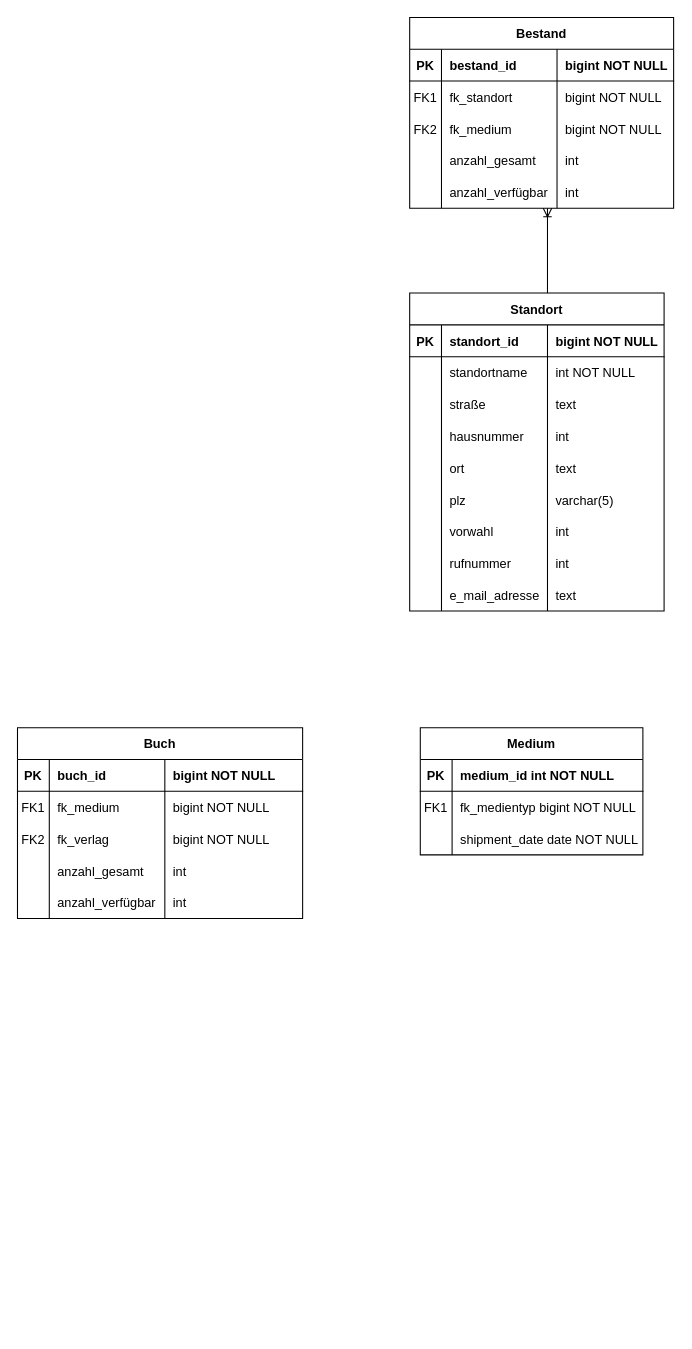
The draw.io diagram ERM_Bibliotheksverwaltung.drawio in typhooncode-library-administration/1.organization-documentation-wiki, before the edit. Source tidied: cells renumbered, new cells numbered last; positions are measured from the earlier drawing's top-left corner, leaving out a move shared by most shapes. Both pictures are drawn from the tidied source at 106%, with x=0, y=0 at pixel (17, 17).
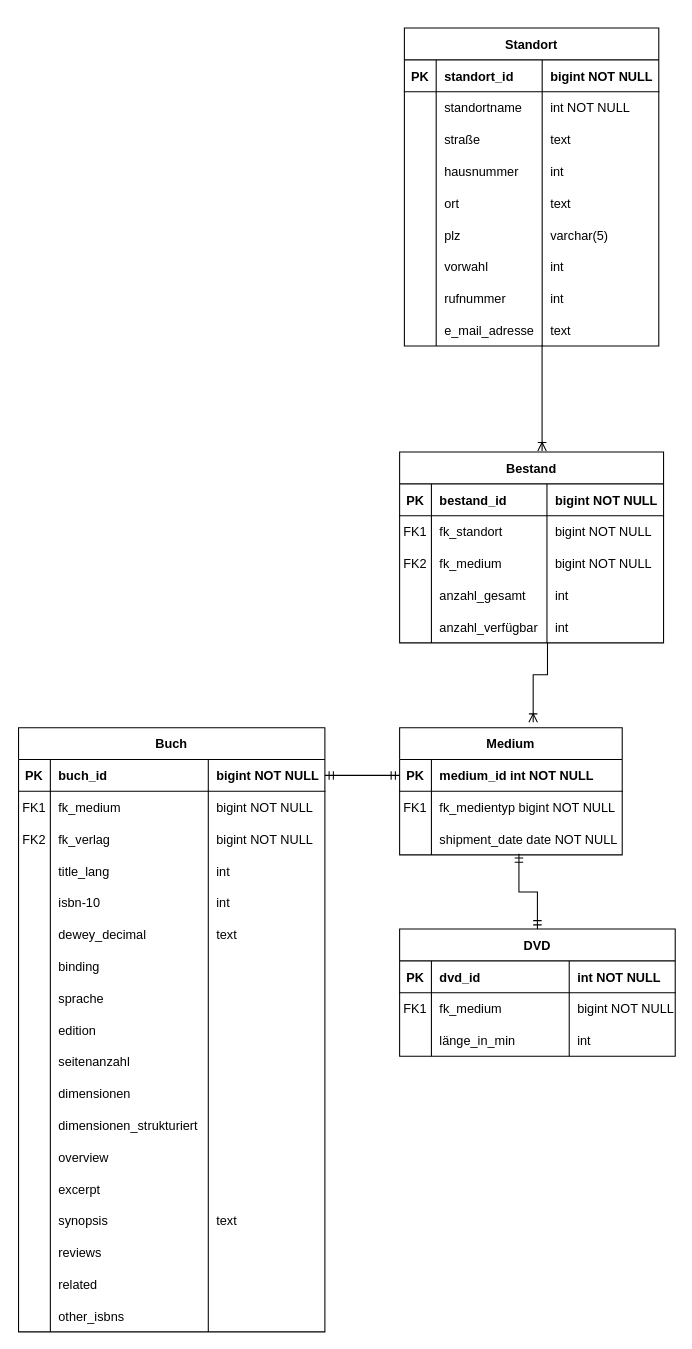
After the change.

Unchanged cells that the change refers to:
```xml
<mxCell id="40" style="shape=partialRectangle;fillColor=none;points=[[0,0.5],[1,0.5]];portConstraint=eastwest;top=0;left=0;right=0;bottom=1;" parent="39" vertex="1">
  <mxGeometry y="30" width="210" height="30" as="geometry" />
</mxCell>
<mxCell id="46" style="shape=partialRectangle;fillColor=none;points=[[0,0.5],[1,0.5]];portConstraint=eastwest;top=0;left=0;right=0;bottom=0;" parent="39" vertex="1">
  <mxGeometry y="90" width="210" height="30" as="geometry" />
</mxCell>
```

The edit, as a diff of the source:
```diff
@@
     <mxCell id="2" value="Standort" style="shape=table;startSize=30;childLayout=tableLayout;rowLines=0;fontStyle=1;align=center;" parent="1" vertex="1">
-      <mxGeometry x="370" y="260" width="240" height="300" as="geometry" />
+      <mxGeometry x="365" y="10" width="240" height="300" as="geometry" />
     </mxCell>
@@
     <mxCell id="39" value="Medium" style="shape=table;startSize=30;childLayout=tableLayout;rowLines=0;fontStyle=1;align=center;" parent="1" vertex="1">
-      <mxGeometry x="380" y="670" width="210" height="120" as="geometry" />
+      <mxGeometry x="360.5" y="670" width="210" height="120" as="geometry" />
     </mxCell>
@@
     <mxCell id="49" value="Bestand" style="shape=table;startSize=30;childLayout=tableLayout;rowLines=0;fontStyle=1;align=center;" parent="1" vertex="1">
-      <mxGeometry x="370" width="249" height="180" as="geometry" />
+      <mxGeometry x="360.5" y="410" width="249" height="180" as="geometry" />
     </mxCell>
@@
     <mxCell id="70" value="Buch" style="shape=table;startSize=30;childLayout=tableLayout;rowLines=0;fontStyle=1;align=center;" parent="1" vertex="1">
-      <mxGeometry y="670" width="269" height="180" as="geometry" />
+      <mxGeometry x="1" y="670" width="289" height="570" as="geometry" />
     </mxCell>
     <mxCell id="71" style="shape=partialRectangle;fillColor=none;points=[[0,0.5],[1,0.5]];portConstraint=eastwest;top=0;left=0;right=0;bottom=1;" parent="70" vertex="1">
-      <mxGeometry y="30" width="269" height="30" as="geometry" />
+      <mxGeometry y="30" width="289" height="30" as="geometry" />
     </mxCell>
@@
     <mxCell id="73" value="buch_id" style="shape=partialRectangle;overflow=hidden;fillColor=none;top=0;left=0;bottom=0;right=0;align=left;spacingLeft=6;fontStyle=1;" parent="71" vertex="1">
-      <mxGeometry x="30" width="109" height="30" as="geometry" />
+      <mxGeometry x="30" width="149" height="30" as="geometry" />
     </mxCell>
     <mxCell id="74" value="bigint NOT NULL" style="shape=partialRectangle;overflow=hidden;fillColor=none;top=0;left=0;bottom=0;right=0;align=left;spacingLeft=6;fontStyle=1;" parent="71" vertex="1">
-      <mxGeometry x="139" width="130" height="30" as="geometry" />
+      <mxGeometry x="179" width="110" height="30" as="geometry" />
     </mxCell>
     <mxCell id="75" style="shape=partialRectangle;fillColor=none;top=0;left=0;right=0;bottom=0;" parent="70" vertex="1">
-      <mxGeometry y="60" width="269" height="30" as="geometry" />
+      <mxGeometry y="60" width="289" height="30" as="geometry" />
     </mxCell>
@@
     <mxCell id="77" value="fk_medium" style="shape=partialRectangle;overflow=hidden;fillColor=none;top=0;left=0;bottom=0;right=0;align=left;spacingLeft=6;" parent="75" vertex="1">
-      <mxGeometry x="30" width="109" height="30" as="geometry" />
+      <mxGeometry x="30" width="149" height="30" as="geometry" />
     </mxCell>
     <mxCell id="78" value="bigint NOT NULL" style="shape=partialRectangle;overflow=hidden;fillColor=none;top=0;left=0;bottom=0;right=0;align=left;spacingLeft=6;" parent="75" vertex="1">
-      <mxGeometry x="139" width="130" height="30" as="geometry" />
+      <mxGeometry x="179" width="110" height="30" as="geometry" />
     </mxCell>
     <mxCell id="79" style="shape=partialRectangle;fillColor=none;top=0;left=0;right=0;bottom=0;" parent="70" vertex="1">
-      <mxGeometry y="90" width="269" height="30" as="geometry" />
+      <mxGeometry y="90" width="289" height="30" as="geometry" />
     </mxCell>
@@
     <mxCell id="81" value="fk_verlag" style="shape=partialRectangle;overflow=hidden;fillColor=none;top=0;left=0;bottom=0;right=0;align=left;spacingLeft=6;" parent="79" vertex="1">
-      <mxGeometry x="30" width="109" height="30" as="geometry" />
+      <mxGeometry x="30" width="149" height="30" as="geometry" />
     </mxCell>
     <mxCell id="82" value="bigint NOT NULL" style="shape=partialRectangle;overflow=hidden;fillColor=none;top=0;left=0;bottom=0;right=0;align=left;spacingLeft=6;" parent="79" vertex="1">
-      <mxGeometry x="139" width="130" height="30" as="geometry" />
+      <mxGeometry x="179" width="110" height="30" as="geometry" />
     </mxCell>
     <mxCell id="83" style="shape=partialRectangle;fillColor=none;top=0;left=0;right=0;bottom=0;" parent="70" vertex="1">
-      <mxGeometry y="120" width="269" height="30" as="geometry" />
+      <mxGeometry y="120" width="289" height="30" as="geometry" />
     </mxCell>
@@
-    <mxCell id="85" value="anzahl_gesamt" style="shape=partialRectangle;overflow=hidden;fillColor=none;top=0;left=0;bottom=0;right=0;align=left;spacingLeft=6;" parent="83" vertex="1">
-      <mxGeometry x="30" width="109" height="30" as="geometry" />
+    <mxCell id="85" value="title_lang" style="shape=partialRectangle;overflow=hidden;fillColor=none;top=0;left=0;bottom=0;right=0;align=left;spacingLeft=6;" parent="83" vertex="1">
+      <mxGeometry x="30" width="149" height="30" as="geometry" />
     </mxCell>
     <mxCell id="86" value="int" style="shape=partialRectangle;overflow=hidden;fillColor=none;top=0;left=0;bottom=0;right=0;align=left;spacingLeft=6;" parent="83" vertex="1">
-      <mxGeometry x="139" width="130" height="30" as="geometry" />
+      <mxGeometry x="179" width="110" height="30" as="geometry" />
     </mxCell>
     <mxCell id="87" style="shape=partialRectangle;fillColor=none;top=0;left=0;right=0;bottom=0;" parent="70" vertex="1">
-      <mxGeometry y="150" width="269" height="30" as="geometry" />
+      <mxGeometry y="150" width="289" height="30" as="geometry" />
     </mxCell>
@@
-    <mxCell id="89" value="anzahl_verfügbar" style="shape=partialRectangle;overflow=hidden;fillColor=none;top=0;left=0;bottom=0;right=0;align=left;spacingLeft=6;" parent="87" vertex="1">
-      <mxGeometry x="30" width="109" height="30" as="geometry" />
+    <mxCell id="89" value="isbn-10" style="shape=partialRectangle;overflow=hidden;fillColor=none;top=0;left=0;bottom=0;right=0;align=left;spacingLeft=6;" parent="87" vertex="1">
+      <mxGeometry x="30" width="149" height="30" as="geometry" />
     </mxCell>
     <mxCell id="90" value="int" style="shape=partialRectangle;overflow=hidden;fillColor=none;top=0;left=0;bottom=0;right=0;align=left;spacingLeft=6;" parent="87" vertex="1">
-      <mxGeometry x="139" width="130" height="30" as="geometry" />
+      <mxGeometry x="179" width="110" height="30" as="geometry" />
     </mxCell>
-    <mxCell id="91" style="fontSize=12;html=1;endArrow=ERoneToMany;rounded=0;entryX=0.482;entryY=1;entryDx=0;entryDy=0;entryPerimeter=0;edgeStyle=orthogonalEdgeStyle;" parent="1" edge="1">
-      <mxGeometry relative="1" as="geometry">
-        <mxPoint x="500" y="260" as="sourcePoint" />
-        <mxPoint x="500" y="180" as="targetPoint" />
-      </mxGeometry>
-    </mxCell>
+    <mxCell id="92" style="shape=partialRectangle;fillColor=none;top=0;left=0;right=0;bottom=0;" parent="70" vertex="1">
+      <mxGeometry y="180" width="289" height="30" as="geometry" />
+    </mxCell>
+    <mxCell id="93" style="shape=partialRectangle;overflow=hidden;fillColor=none;top=0;left=0;bottom=0;right=0;" parent="92" vertex="1">
+      <mxGeometry width="30" height="30" as="geometry" />
+    </mxCell>
+    <mxCell id="94" value="dewey_decimal" style="shape=partialRectangle;overflow=hidden;fillColor=none;top=0;left=0;bottom=0;right=0;align=left;spacingLeft=6;" parent="92" vertex="1">
+      <mxGeometry x="30" width="149" height="30" as="geometry" />
+    </mxCell>
+    <mxCell id="95" value="text" style="shape=partialRectangle;overflow=hidden;fillColor=none;top=0;left=0;bottom=0;right=0;align=left;spacingLeft=6;" parent="92" vertex="1">
+      <mxGeometry x="179" width="110" height="30" as="geometry" />
+    </mxCell>
+    <mxCell id="96" style="shape=partialRectangle;fillColor=none;top=0;left=0;right=0;bottom=0;" parent="70" vertex="1">
+      <mxGeometry y="210" width="289" height="30" as="geometry" />
+    </mxCell>
+    <mxCell id="97" style="shape=partialRectangle;overflow=hidden;fillColor=none;top=0;left=0;bottom=0;right=0;" parent="96" vertex="1">
+      <mxGeometry width="30" height="30" as="geometry" />
+    </mxCell>
+    <mxCell id="98" value="binding" style="shape=partialRectangle;overflow=hidden;fillColor=none;top=0;left=0;bottom=0;right=0;align=left;spacingLeft=6;" parent="96" vertex="1">
+      <mxGeometry x="30" width="149" height="30" as="geometry" />
+    </mxCell>
+    <mxCell id="99" style="shape=partialRectangle;overflow=hidden;fillColor=none;top=0;left=0;bottom=0;right=0;align=left;spacingLeft=6;" parent="96" vertex="1">
+      <mxGeometry x="179" width="110" height="30" as="geometry" />
+    </mxCell>
+    <mxCell id="100" style="shape=partialRectangle;fillColor=none;top=0;left=0;right=0;bottom=0;" parent="70" vertex="1">
+      <mxGeometry y="240" width="289" height="30" as="geometry" />
+    </mxCell>
+    <mxCell id="101" style="shape=partialRectangle;overflow=hidden;fillColor=none;top=0;left=0;bottom=0;right=0;" parent="100" vertex="1">
+      <mxGeometry width="30" height="30" as="geometry" />
+    </mxCell>
+    <mxCell id="102" value="sprache" style="shape=partialRectangle;overflow=hidden;fillColor=none;top=0;left=0;bottom=0;right=0;align=left;spacingLeft=6;" parent="100" vertex="1">
+      <mxGeometry x="30" width="149" height="30" as="geometry" />
+    </mxCell>
+    <mxCell id="103" style="shape=partialRectangle;overflow=hidden;fillColor=none;top=0;left=0;bottom=0;right=0;align=left;spacingLeft=6;" parent="100" vertex="1">
+      <mxGeometry x="179" width="110" height="30" as="geometry" />
+    </mxCell>
+    <mxCell id="104" style="shape=partialRectangle;fillColor=none;top=0;left=0;right=0;bottom=0;" parent="70" vertex="1">
+      <mxGeometry y="270" width="289" height="30" as="geometry" />
+    </mxCell>
+    <mxCell id="105" style="shape=partialRectangle;overflow=hidden;fillColor=none;top=0;left=0;bottom=0;right=0;" parent="104" vertex="1">
+      <mxGeometry width="30" height="30" as="geometry" />
+    </mxCell>
+    <mxCell id="106" value="edition" style="shape=partialRectangle;overflow=hidden;fillColor=none;top=0;left=0;bottom=0;right=0;align=left;spacingLeft=6;" parent="104" vertex="1">
+      <mxGeometry x="30" width="149" height="30" as="geometry" />
+    </mxCell>
+    <mxCell id="107" style="shape=partialRectangle;overflow=hidden;fillColor=none;top=0;left=0;bottom=0;right=0;align=left;spacingLeft=6;" parent="104" vertex="1">
+      <mxGeometry x="179" width="110" height="30" as="geometry" />
+    </mxCell>
+    <mxCell id="108" style="shape=partialRectangle;fillColor=none;top=0;left=0;right=0;bottom=0;" parent="70" vertex="1">
+      <mxGeometry y="300" width="289" height="30" as="geometry" />
+    </mxCell>
+    <mxCell id="109" style="shape=partialRectangle;overflow=hidden;fillColor=none;top=0;left=0;bottom=0;right=0;" parent="108" vertex="1">
+      <mxGeometry width="30" height="30" as="geometry" />
+    </mxCell>
+    <mxCell id="110" value="seitenanzahl" style="shape=partialRectangle;overflow=hidden;fillColor=none;top=0;left=0;bottom=0;right=0;align=left;spacingLeft=6;" parent="108" vertex="1">
+      <mxGeometry x="30" width="149" height="30" as="geometry" />
+    </mxCell>
+    <mxCell id="111" style="shape=partialRectangle;overflow=hidden;fillColor=none;top=0;left=0;bottom=0;right=0;align=left;spacingLeft=6;" parent="108" vertex="1">
+      <mxGeometry x="179" width="110" height="30" as="geometry" />
+    </mxCell>
+    <mxCell id="112" style="shape=partialRectangle;fillColor=none;top=0;left=0;right=0;bottom=0;" parent="70" vertex="1">
+      <mxGeometry y="330" width="289" height="30" as="geometry" />
+    </mxCell>
+    <mxCell id="113" style="shape=partialRectangle;overflow=hidden;fillColor=none;top=0;left=0;bottom=0;right=0;" parent="112" vertex="1">
+      <mxGeometry width="30" height="30" as="geometry" />
+    </mxCell>
+    <mxCell id="114" value="dimensionen" style="shape=partialRectangle;overflow=hidden;fillColor=none;top=0;left=0;bottom=0;right=0;align=left;spacingLeft=6;" parent="112" vertex="1">
+      <mxGeometry x="30" width="149" height="30" as="geometry" />
+    </mxCell>
+    <mxCell id="115" style="shape=partialRectangle;overflow=hidden;fillColor=none;top=0;left=0;bottom=0;right=0;align=left;spacingLeft=6;" parent="112" vertex="1">
+      <mxGeometry x="179" width="110" height="30" as="geometry" />
+    </mxCell>
+    <mxCell id="116" style="shape=partialRectangle;fillColor=none;top=0;left=0;right=0;bottom=0;" parent="70" vertex="1">
+      <mxGeometry y="360" width="289" height="30" as="geometry" />
+    </mxCell>
+    <mxCell id="117" style="shape=partialRectangle;overflow=hidden;fillColor=none;top=0;left=0;bottom=0;right=0;" parent="116" vertex="1">
+      <mxGeometry width="30" height="30" as="geometry" />
+    </mxCell>
+    <mxCell id="118" value="dimensionen_strukturiert" style="shape=partialRectangle;overflow=hidden;fillColor=none;top=0;left=0;bottom=0;right=0;align=left;spacingLeft=6;" parent="116" vertex="1">
+      <mxGeometry x="30" width="149" height="30" as="geometry" />
+    </mxCell>
+    <mxCell id="119" style="shape=partialRectangle;overflow=hidden;fillColor=none;top=0;left=0;bottom=0;right=0;align=left;spacingLeft=6;" parent="116" vertex="1">
+      <mxGeometry x="179" width="110" height="30" as="geometry" />
+    </mxCell>
+    <mxCell id="120" style="shape=partialRectangle;fillColor=none;top=0;left=0;right=0;bottom=0;" parent="70" vertex="1">
+      <mxGeometry y="390" width="289" height="30" as="geometry" />
+    </mxCell>
+    <mxCell id="121" style="shape=partialRectangle;overflow=hidden;fillColor=none;top=0;left=0;bottom=0;right=0;" parent="120" vertex="1">
+      <mxGeometry width="30" height="30" as="geometry" />
+    </mxCell>
+    <mxCell id="122" value="overview" style="shape=partialRectangle;overflow=hidden;fillColor=none;top=0;left=0;bottom=0;right=0;align=left;spacingLeft=6;" parent="120" vertex="1">
+      <mxGeometry x="30" width="149" height="30" as="geometry" />
+    </mxCell>
+    <mxCell id="123" style="shape=partialRectangle;overflow=hidden;fillColor=none;top=0;left=0;bottom=0;right=0;align=left;spacingLeft=6;" parent="120" vertex="1">
+      <mxGeometry x="179" width="110" height="30" as="geometry" />
+    </mxCell>
+    <mxCell id="124" style="shape=partialRectangle;fillColor=none;top=0;left=0;right=0;bottom=0;" parent="70" vertex="1">
+      <mxGeometry y="420" width="289" height="30" as="geometry" />
+    </mxCell>
+    <mxCell id="125" style="shape=partialRectangle;overflow=hidden;fillColor=none;top=0;left=0;bottom=0;right=0;" parent="124" vertex="1">
+      <mxGeometry width="30" height="30" as="geometry" />
+    </mxCell>
+    <mxCell id="126" value="excerpt" style="shape=partialRectangle;overflow=hidden;fillColor=none;top=0;left=0;bottom=0;right=0;align=left;spacingLeft=6;" parent="124" vertex="1">
+      <mxGeometry x="30" width="149" height="30" as="geometry" />
+    </mxCell>
+    <mxCell id="127" style="shape=partialRectangle;overflow=hidden;fillColor=none;top=0;left=0;bottom=0;right=0;align=left;spacingLeft=6;" parent="124" vertex="1">
+      <mxGeometry x="179" width="110" height="30" as="geometry" />
+    </mxCell>
+    <mxCell id="128" style="shape=partialRectangle;fillColor=none;top=0;left=0;right=0;bottom=0;" parent="70" vertex="1">
+      <mxGeometry y="450" width="289" height="30" as="geometry" />
+    </mxCell>
+    <mxCell id="129" style="shape=partialRectangle;overflow=hidden;fillColor=none;top=0;left=0;bottom=0;right=0;" parent="128" vertex="1">
+      <mxGeometry width="30" height="30" as="geometry" />
+    </mxCell>
+    <mxCell id="130" value="synopsis" style="shape=partialRectangle;overflow=hidden;fillColor=none;top=0;left=0;bottom=0;right=0;align=left;spacingLeft=6;" parent="128" vertex="1">
+      <mxGeometry x="30" width="149" height="30" as="geometry" />
+    </mxCell>
+    <mxCell id="131" value="text" style="shape=partialRectangle;overflow=hidden;fillColor=none;top=0;left=0;bottom=0;right=0;align=left;spacingLeft=6;" parent="128" vertex="1">
+      <mxGeometry x="179" width="110" height="30" as="geometry" />
+    </mxCell>
+    <mxCell id="132" style="shape=partialRectangle;fillColor=none;top=0;left=0;right=0;bottom=0;" parent="70" vertex="1">
+      <mxGeometry y="480" width="289" height="30" as="geometry" />
+    </mxCell>
+    <mxCell id="133" style="shape=partialRectangle;overflow=hidden;fillColor=none;top=0;left=0;bottom=0;right=0;" parent="132" vertex="1">
+      <mxGeometry width="30" height="30" as="geometry" />
+    </mxCell>
+    <mxCell id="134" value="reviews" style="shape=partialRectangle;overflow=hidden;fillColor=none;top=0;left=0;bottom=0;right=0;align=left;spacingLeft=6;" parent="132" vertex="1">
+      <mxGeometry x="30" width="149" height="30" as="geometry" />
+    </mxCell>
+    <mxCell id="135" style="shape=partialRectangle;overflow=hidden;fillColor=none;top=0;left=0;bottom=0;right=0;align=left;spacingLeft=6;" parent="132" vertex="1">
+      <mxGeometry x="179" width="110" height="30" as="geometry" />
+    </mxCell>
+    <mxCell id="136" style="shape=partialRectangle;fillColor=none;top=0;left=0;right=0;bottom=0;" parent="70" vertex="1">
+      <mxGeometry y="510" width="289" height="30" as="geometry" />
+    </mxCell>
+    <mxCell id="137" style="shape=partialRectangle;overflow=hidden;fillColor=none;top=0;left=0;bottom=0;right=0;" parent="136" vertex="1">
+      <mxGeometry width="30" height="30" as="geometry" />
+    </mxCell>
+    <mxCell id="138" value="related" style="shape=partialRectangle;overflow=hidden;fillColor=none;top=0;left=0;bottom=0;right=0;align=left;spacingLeft=6;" parent="136" vertex="1">
+      <mxGeometry x="30" width="149" height="30" as="geometry" />
+    </mxCell>
+    <mxCell id="139" style="shape=partialRectangle;overflow=hidden;fillColor=none;top=0;left=0;bottom=0;right=0;align=left;spacingLeft=6;" parent="136" vertex="1">
+      <mxGeometry x="179" width="110" height="30" as="geometry" />
+    </mxCell>
+    <mxCell id="140" style="shape=partialRectangle;fillColor=none;top=0;left=0;right=0;bottom=0;" parent="70" vertex="1">
+      <mxGeometry y="540" width="289" height="30" as="geometry" />
+    </mxCell>
+    <mxCell id="141" style="shape=partialRectangle;overflow=hidden;fillColor=none;top=0;left=0;bottom=0;right=0;" parent="140" vertex="1">
+      <mxGeometry width="30" height="30" as="geometry" />
+    </mxCell>
+    <mxCell id="142" value="other_isbns" style="shape=partialRectangle;overflow=hidden;fillColor=none;top=0;left=0;bottom=0;right=0;align=left;spacingLeft=6;" parent="140" vertex="1">
+      <mxGeometry x="30" width="149" height="30" as="geometry" />
+    </mxCell>
+    <mxCell id="143" style="shape=partialRectangle;overflow=hidden;fillColor=none;top=0;left=0;bottom=0;right=0;align=left;spacingLeft=6;" parent="140" vertex="1">
+      <mxGeometry x="179" width="110" height="30" as="geometry" />
+    </mxCell>
+    <mxCell id="144" style="edgeStyle=elbowEdgeStyle;fontSize=12;html=1;endArrow=ERoneToMany;rounded=0;elbow=vertical;exitX=0.558;exitY=0.967;exitDx=0;exitDy=0;entryX=0.556;entryY=-0.006;entryDx=0;entryDy=0;entryPerimeter=0;exitPerimeter=0;" parent="1" edge="1">
+      <mxGeometry relative="1" as="geometry">
+        <mxPoint x="494.9" y="309" as="sourcePoint" />
+        <mxPoint x="494.9" y="408.9" as="targetPoint" />
+        <Array as="points">
+          <mxPoint x="486" y="350" />
+        </Array>
+      </mxGeometry>
+    </mxCell>
+    <mxCell id="145" style="edgeStyle=elbowEdgeStyle;fontSize=12;html=1;endArrow=ERoneToMany;rounded=0;elbow=vertical;entryX=0.6;entryY=-0.042;entryDx=0;entryDy=0;entryPerimeter=0;" parent="1" edge="1" target="39">
+      <mxGeometry relative="1" as="geometry">
+        <mxPoint x="500" y="590" as="sourcePoint" />
+        <Array as="points">
+          <mxPoint x="520" y="620" />
+        </Array>
+      </mxGeometry>
+    </mxCell>
+    <mxCell id="146" style="fontSize=12;html=1;endArrow=ERmandOne;startArrow=ERmandOne;rounded=0;exitX=1;exitY=0.5;exitDx=0;exitDy=0;entryX=0;entryY=0.5;entryDx=0;entryDy=0;" parent="1" edge="1" source="71" target="40">
+      <mxGeometry relative="1" as="geometry">
+        <Array as="points">
+          <mxPoint x="310" y="715" />
+        </Array>
+      </mxGeometry>
+    </mxCell>
+    <mxCell id="147" value="DVD" style="shape=table;startSize=30;childLayout=tableLayout;rowLines=0;fontStyle=1;align=center;" parent="1" vertex="1">
+      <mxGeometry x="360.5" y="860" width="260" height="120" as="geometry" />
+    </mxCell>
+    <mxCell id="148" style="shape=partialRectangle;fillColor=none;top=0;left=0;right=0;bottom=1;" parent="147" vertex="1">
+      <mxGeometry y="30" width="260" height="30" as="geometry" />
+    </mxCell>
+    <mxCell id="149" value="PK" style="shape=partialRectangle;overflow=hidden;fillColor=none;top=0;left=0;bottom=0;right=0;fontStyle=1;" parent="148" vertex="1">
+      <mxGeometry width="30" height="30" as="geometry" />
+    </mxCell>
+    <mxCell id="150" value="dvd_id" style="shape=partialRectangle;overflow=hidden;fillColor=none;top=0;left=0;bottom=0;right=0;align=left;spacingLeft=6;fontStyle=1;" parent="148" vertex="1">
+      <mxGeometry x="30" width="130" height="30" as="geometry" />
+    </mxCell>
+    <mxCell id="151" value="int NOT NULL" style="shape=partialRectangle;overflow=hidden;fillColor=none;top=0;left=0;bottom=0;right=0;align=left;spacingLeft=6;fontStyle=1;" parent="148" vertex="1">
+      <mxGeometry x="160" width="100" height="30" as="geometry" />
+    </mxCell>
+    <mxCell id="152" style="shape=partialRectangle;fillColor=none;top=0;left=0;right=0;bottom=0;" parent="147" vertex="1">
+      <mxGeometry y="60" width="260" height="30" as="geometry" />
+    </mxCell>
+    <mxCell id="153" value="FK1" style="shape=partialRectangle;overflow=hidden;fillColor=none;top=0;left=0;bottom=0;right=0;" parent="152" vertex="1">
+      <mxGeometry width="30" height="30" as="geometry" />
+    </mxCell>
+    <mxCell id="154" value="fk_medium" style="shape=partialRectangle;overflow=hidden;fillColor=none;top=0;left=0;bottom=0;right=0;align=left;spacingLeft=6;" parent="152" vertex="1">
+      <mxGeometry x="30" width="130" height="30" as="geometry" />
+    </mxCell>
+    <mxCell id="155" value="bigint NOT NULL" style="shape=partialRectangle;overflow=hidden;fillColor=none;top=0;left=0;bottom=0;right=0;align=left;spacingLeft=6;" parent="152" vertex="1">
+      <mxGeometry x="160" width="100" height="30" as="geometry" />
+    </mxCell>
+    <mxCell id="156" style="shape=partialRectangle;fillColor=none;top=0;left=0;right=0;bottom=0;" parent="147" vertex="1">
+      <mxGeometry y="90" width="260" height="30" as="geometry" />
+    </mxCell>
+    <mxCell id="157" style="shape=partialRectangle;overflow=hidden;fillColor=none;top=0;left=0;bottom=0;right=0;" parent="156" vertex="1">
+      <mxGeometry width="30" height="30" as="geometry" />
+    </mxCell>
+    <mxCell id="158" value="länge_in_min" style="shape=partialRectangle;overflow=hidden;fillColor=none;top=0;left=0;bottom=0;right=0;align=left;spacingLeft=6;" parent="156" vertex="1">
+      <mxGeometry x="30" width="130" height="30" as="geometry" />
+    </mxCell>
+    <mxCell id="159" value="int" style="shape=partialRectangle;overflow=hidden;fillColor=none;top=0;left=0;bottom=0;right=0;align=left;spacingLeft=6;" parent="156" vertex="1">
+      <mxGeometry x="160" width="100" height="30" as="geometry" />
+    </mxCell>
+    <mxCell id="160" style="edgeStyle=elbowEdgeStyle;fontSize=12;html=1;endArrow=ERmandOne;startArrow=ERmandOne;rounded=0;elbow=vertical;exitX=0.536;exitY=0.967;exitDx=0;exitDy=0;exitPerimeter=0;entryX=0.5;entryY=0;entryDx=0;entryDy=0;" parent="1" edge="1" source="46" target="147">
+      <mxGeometry relative="1" as="geometry" />
+    </mxCell>
```
